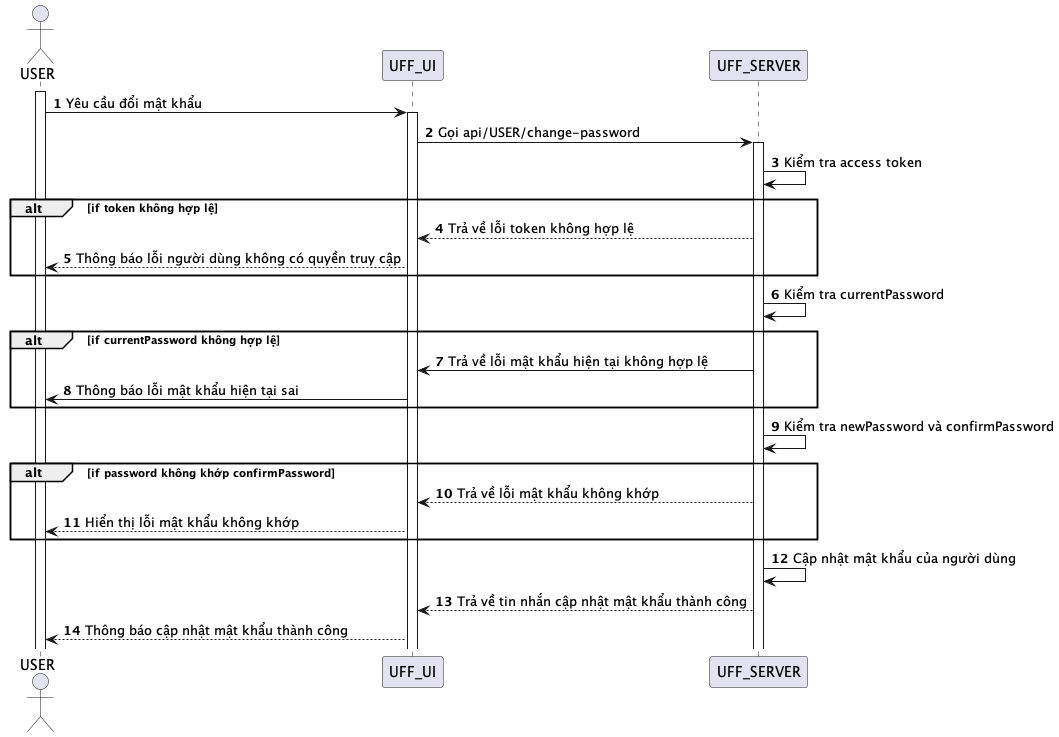
Above: out/SequenceDiagram/User/change-password/change-password.png in congdanh0101/fast-food (PlantUML), before the change. Its diagram source:
```plantuml
@startuml
autonumber
actor USER
activate USER
USER -> UFF_UI: Yêu cầu đổi mật khẩu
activate UFF_UI
UFF_UI -> UFF_SERVER: Gọi api/USER/change-password
activate UFF_SERVER
UFF_SERVER -> UFF_SERVER: Kiểm tra access token
alt if token không hợp lệ
UFF_SERVER --> UFF_UI: Trả về lỗi token không hợp lệ
UFF_UI --> USER: Thông báo lỗi người dùng không có quyền truy cập
end


UFF_SERVER -> UFF_SERVER: Kiểm tra currentPassword

alt if currentPassword không hợp lệ
UFF_SERVER -> UFF_UI: Trả về lỗi mật khẩu hiện tại không hợp lệ
UFF_UI -> USER: Thông báo lỗi mật khẩu hiện tại sai
end alt

UFF_SERVER -> UFF_SERVER: Kiểm tra newPassword và confirmPassword
alt if password không khớp confirmPassword
UFF_SERVER --> UFF_UI: Trả về lỗi mật khẩu không khớp
UFF_UI --> USER: Hiển thị lỗi mật khẩu không khớp
end
UFF_SERVER -> UFF_SERVER: Cập nhật mật khẩu của người dùng
UFF_SERVER --> UFF_UI: Trả về tin nhắn cập nhật mật khẩu thành công
UFF_UI --> USER: Thông báo cập nhật mật khẩu thành công
@enduml
```
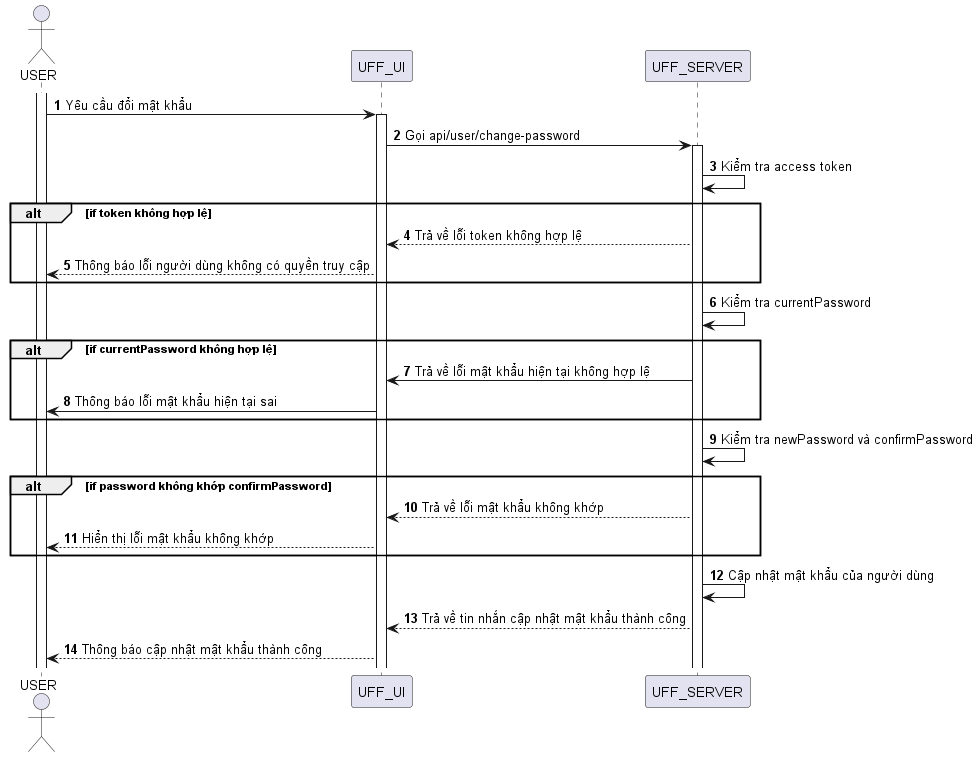
After the commit.

The edit, as a diff of the source:
```diff
@@ -4,7 +4,7 @@
 activate USER
 USER -> UFF_UI: Yêu cầu đổi mật khẩu
 activate UFF_UI
-UFF_UI -> UFF_SERVER: Gọi api/USER/change-password
+UFF_UI -> UFF_SERVER: Gọi api/user/change-password
 activate UFF_SERVER
 UFF_SERVER -> UFF_SERVER: Kiểm tra access token
 alt if token không hợp lệ
```
